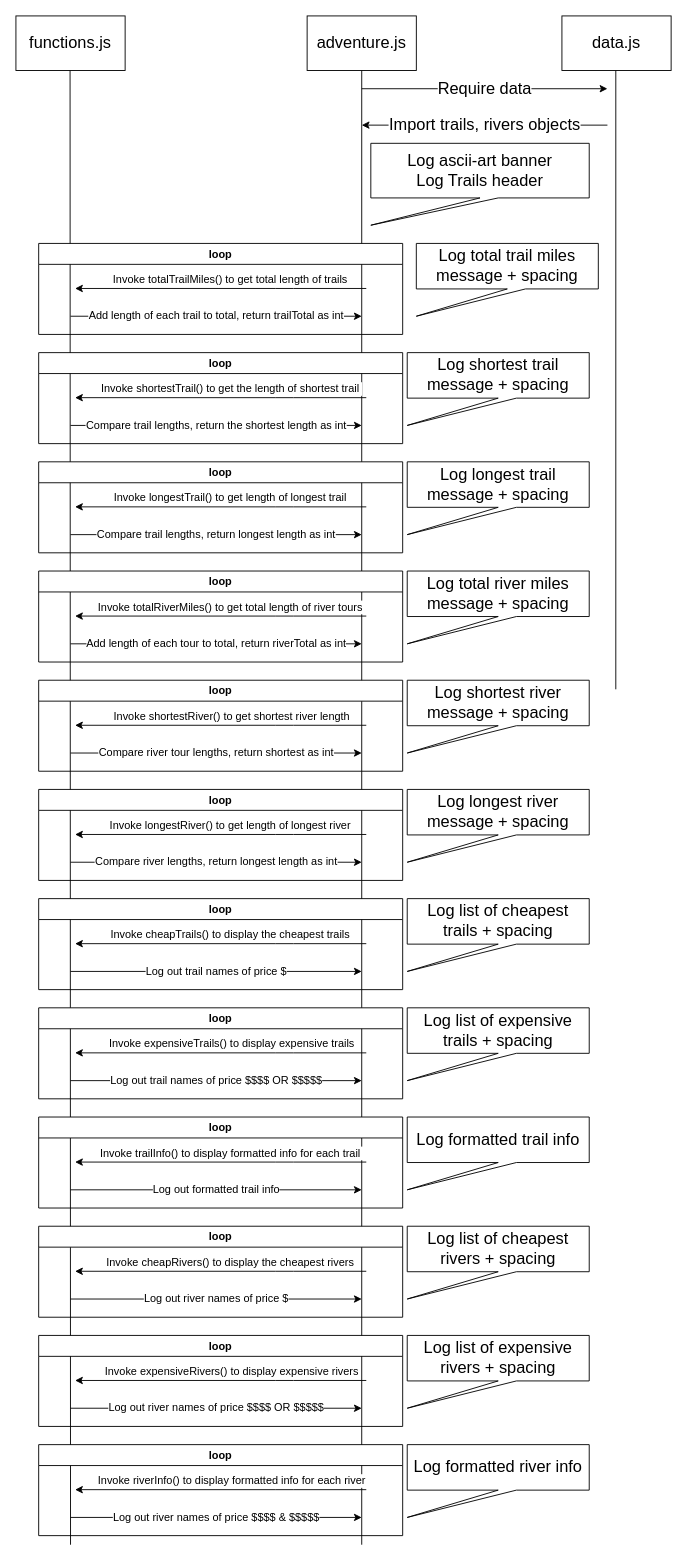
Before: diagram.drawio in reison-admin/bjorns-wilderness, a draw.io diagram. Source tidied: cells renumbered, new cells numbered last; positions are measured from the earlier drawing's top-left corner, leaving out a move shared by most shapes. Both pictures are drawn from the tidied source at 91%, with x=0, y=0 at pixel (15, 15).
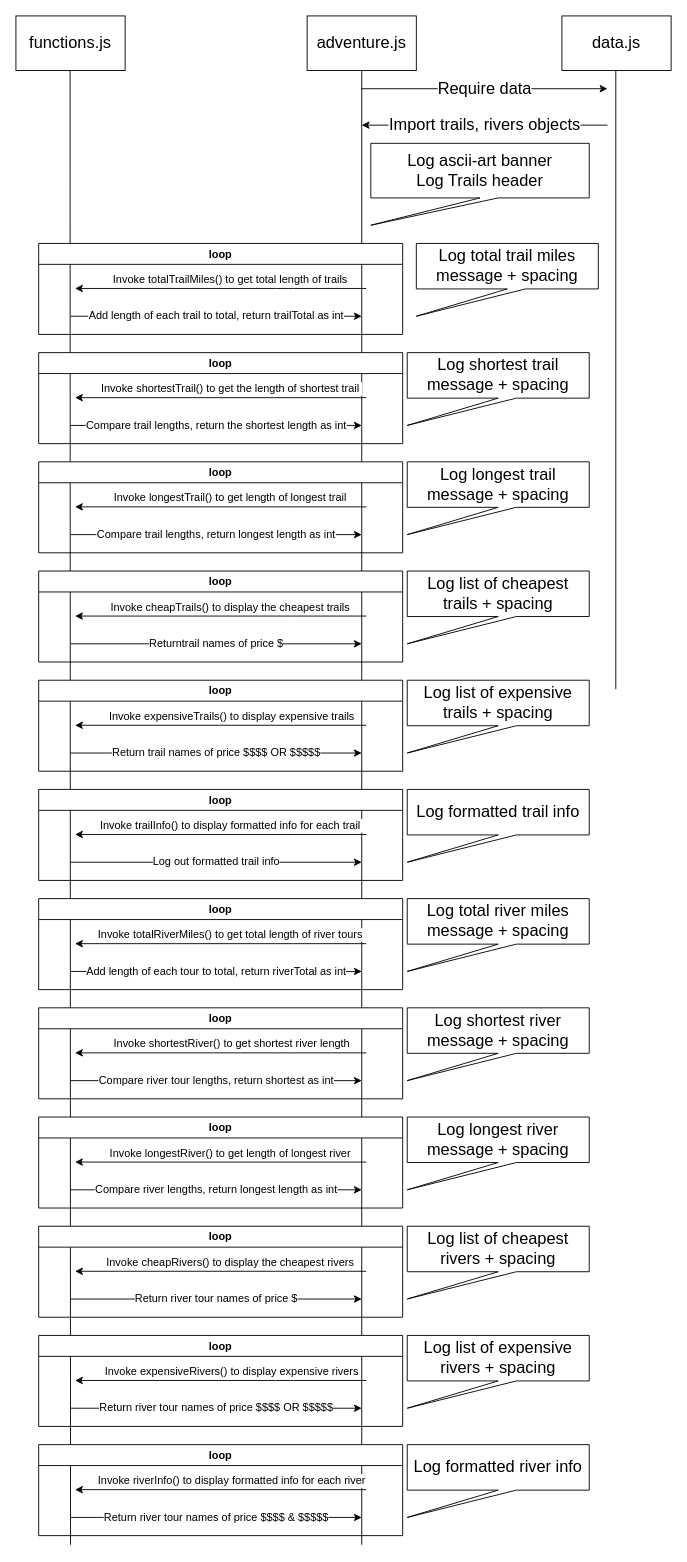
The same diagram, later.

What changed in the source:
```diff
@@
     <mxCell id="23" value="loop" style="swimlane;whiteSpace=wrap;html=1;fontSize=12;" parent="1" vertex="1">
-      <mxGeometry x="25" y="610" width="400" height="100" as="geometry" />
+      <mxGeometry x="25" y="970" width="400" height="100" as="geometry" />
     </mxCell>
@@
     <mxCell id="26" value="Add length of each tour to total, return riverTotal as int" style="endArrow=classic;html=1;fontSize=12;" parent="1" edge="1">
       <mxGeometry relative="1" as="geometry">
-        <mxPoint x="60" y="690" as="sourcePoint" />
-        <mxPoint x="380" y="690" as="targetPoint" />
+        <mxPoint x="60" y="1050" as="sourcePoint" />
+        <mxPoint x="380" y="1050" as="targetPoint" />
       </mxGeometry>
     </mxCell>
     <mxCell id="27" value="loop" style="swimlane;whiteSpace=wrap;html=1;fontSize=12;" parent="1" vertex="1">
-      <mxGeometry x="25" y="730" width="400" height="100" as="geometry" />
+      <mxGeometry x="25" y="1090" width="400" height="100" as="geometry" />
     </mxCell>
@@
     <mxCell id="30" value="Compare river tour lengths, return shortest as int" style="endArrow=classic;html=1;fontSize=12;" parent="1" edge="1">
       <mxGeometry relative="1" as="geometry">
-        <mxPoint x="60" y="810" as="sourcePoint" />
-        <mxPoint x="380" y="810" as="targetPoint" />
+        <mxPoint x="60" y="1170" as="sourcePoint" />
+        <mxPoint x="380" y="1170" as="targetPoint" />
       </mxGeometry>
     </mxCell>
     <mxCell id="31" value="loop" style="swimlane;whiteSpace=wrap;html=1;fontSize=12;" parent="1" vertex="1">
-      <mxGeometry x="25" y="850" width="400" height="100" as="geometry" />
+      <mxGeometry x="25" y="1210" width="400" height="100" as="geometry" />
     </mxCell>
@@
     <mxCell id="34" value="Compare river lengths, return longest length as int" style="endArrow=classic;html=1;fontSize=12;" parent="1" edge="1">
       <mxGeometry relative="1" as="geometry">
-        <mxPoint x="60" y="930" as="sourcePoint" />
-        <mxPoint x="380" y="930" as="targetPoint" />
+        <mxPoint x="60" y="1290" as="sourcePoint" />
+        <mxPoint x="380" y="1290" as="targetPoint" />
       </mxGeometry>
     </mxCell>
     <mxCell id="35" value="loop" style="swimlane;whiteSpace=wrap;html=1;fontSize=12;" parent="1" vertex="1">
-      <mxGeometry x="25" y="970" width="400" height="100" as="geometry" />
+      <mxGeometry x="25" y="610" width="400" height="100" as="geometry" />
     </mxCell>
@@
-    <mxCell id="38" value="Log out trail names of price $" style="endArrow=classic;html=1;fontSize=12;" parent="1" edge="1">
+    <mxCell id="38" value="Returntrail names of price $" style="endArrow=classic;html=1;fontSize=12;" parent="1" edge="1">
       <mxGeometry relative="1" as="geometry">
-        <mxPoint x="60" y="1050" as="sourcePoint" />
-        <mxPoint x="380" y="1050" as="targetPoint" />
+        <mxPoint x="60" y="690" as="sourcePoint" />
+        <mxPoint x="380" y="690" as="targetPoint" />
       </mxGeometry>
     </mxCell>
     <mxCell id="39" value="loop" style="swimlane;whiteSpace=wrap;html=1;fontSize=12;" parent="1" vertex="1">
-      <mxGeometry x="25" y="1090" width="400" height="100" as="geometry" />
+      <mxGeometry x="25" y="730" width="400" height="100" as="geometry" />
     </mxCell>
@@
-    <mxCell id="42" value="Log out trail names of price $$$$ OR $$$$$" style="endArrow=classic;html=1;fontSize=12;" parent="1" edge="1">
+    <mxCell id="42" value="Return trail names of price $$$$ OR $$$$$" style="endArrow=classic;html=1;fontSize=12;" parent="1" edge="1">
       <mxGeometry relative="1" as="geometry">
-        <mxPoint x="60" y="1170" as="sourcePoint" />
-        <mxPoint x="380" y="1170" as="targetPoint" />
+        <mxPoint x="60" y="810" as="sourcePoint" />
+        <mxPoint x="380" y="810" as="targetPoint" />
       </mxGeometry>
     </mxCell>
@@
-    <mxCell id="46" value="Log out river names of price $" style="endArrow=classic;html=1;fontSize=12;" parent="1" edge="1">
+    <mxCell id="46" value="Return river tour names of price $" style="endArrow=classic;html=1;fontSize=12;" parent="1" edge="1">
       <mxGeometry relative="1" as="geometry">
         <mxPoint x="60" y="1410" as="sourcePoint" />
         <mxPoint x="380" y="1410" as="targetPoint" />
       </mxGeometry>
     </mxCell>
@@
-    <mxCell id="50" value="Log out river names of price $$$$ OR $$$$$" style="endArrow=classic;html=1;fontSize=12;" parent="1" edge="1">
+    <mxCell id="50" value="Return river tour names of price $$$$ OR $$$$$" style="endArrow=classic;html=1;fontSize=12;" parent="1" edge="1">
       <mxGeometry relative="1" as="geometry">
         <mxPoint x="60" y="1530" as="sourcePoint" />
         <mxPoint x="380" y="1530" as="targetPoint" />
       </mxGeometry>
     </mxCell>
     <mxCell id="51" value="loop" style="swimlane;whiteSpace=wrap;html=1;fontSize=12;" parent="1" vertex="1">
-      <mxGeometry x="25" y="1210" width="400" height="100" as="geometry" />
+      <mxGeometry x="25" y="850" width="400" height="100" as="geometry" />
     </mxCell>
@@
     <mxCell id="54" value="Log out formatted trail info" style="endArrow=classic;html=1;fontSize=12;" parent="1" edge="1">
       <mxGeometry relative="1" as="geometry">
-        <mxPoint x="60" y="1290" as="sourcePoint" />
-        <mxPoint x="380" y="1290" as="targetPoint" />
+        <mxPoint x="60" y="930" as="sourcePoint" />
+        <mxPoint x="380" y="930" as="targetPoint" />
       </mxGeometry>
     </mxCell>
@@
-    <mxCell id="58" value="Log out river names of price $$$$ &amp;amp; $$$$$" style="endArrow=classic;html=1;fontSize=12;" parent="1" edge="1">
+    <mxCell id="58" value="Return river tour names of price $$$$ &amp;amp; $$$$$" style="endArrow=classic;html=1;fontSize=12;" parent="1" edge="1">
       <mxGeometry relative="1" as="geometry">
         <mxPoint x="60" y="1650" as="sourcePoint" />
         <mxPoint x="380" y="1650" as="targetPoint" />
       </mxGeometry>
     </mxCell>
@@
     <mxCell id="62" value="&lt;font style=&quot;font-size: 18px;&quot;&gt;Log total river miles message + spacing&lt;/font&gt;" style="shape=callout;whiteSpace=wrap;html=1;perimeter=calloutPerimeter;fontSize=12;position2=0;" parent="1" vertex="1">
-      <mxGeometry x="430" y="610" width="200" height="80" as="geometry" />
+      <mxGeometry x="430" y="970" width="200" height="80" as="geometry" />
     </mxCell>
     <mxCell id="63" value="&lt;font style=&quot;font-size: 18px;&quot;&gt;Log shortest river message + spacing&lt;/font&gt;" style="shape=callout;whiteSpace=wrap;html=1;perimeter=calloutPerimeter;fontSize=12;position2=0;" parent="1" vertex="1">
-      <mxGeometry x="430" y="730" width="200" height="80" as="geometry" />
+      <mxGeometry x="430" y="1090" width="200" height="80" as="geometry" />
     </mxCell>
     <mxCell id="64" value="&lt;font style=&quot;font-size: 18px;&quot;&gt;Log longest river message + spacing&lt;/font&gt;" style="shape=callout;whiteSpace=wrap;html=1;perimeter=calloutPerimeter;fontSize=12;position2=0;" parent="1" vertex="1">
-      <mxGeometry x="430" y="850" width="200" height="80" as="geometry" />
+      <mxGeometry x="430" y="1210" width="200" height="80" as="geometry" />
     </mxCell>
     <mxCell id="65" value="&lt;font style=&quot;font-size: 18px;&quot;&gt;Log list of cheapest trails + spacing&lt;/font&gt;" style="shape=callout;whiteSpace=wrap;html=1;perimeter=calloutPerimeter;fontSize=12;position2=0;" parent="1" vertex="1">
-      <mxGeometry x="430" y="970" width="200" height="80" as="geometry" />
+      <mxGeometry x="430" y="610" width="200" height="80" as="geometry" />
     </mxCell>
     <mxCell id="66" value="&lt;font style=&quot;font-size: 18px;&quot;&gt;Log list of expensive trails + spacing&lt;/font&gt;" style="shape=callout;whiteSpace=wrap;html=1;perimeter=calloutPerimeter;fontSize=12;position2=0;" parent="1" vertex="1">
-      <mxGeometry x="430" y="1090" width="200" height="80" as="geometry" />
+      <mxGeometry x="430" y="730" width="200" height="80" as="geometry" />
     </mxCell>
@@
     <mxCell id="69" value="&lt;font style=&quot;font-size: 18px;&quot;&gt;Log formatted trail info&lt;/font&gt;" style="shape=callout;whiteSpace=wrap;html=1;perimeter=calloutPerimeter;fontSize=12;position2=0;" parent="1" vertex="1">
-      <mxGeometry x="430" y="1210" width="200" height="80" as="geometry" />
+      <mxGeometry x="430" y="850" width="200" height="80" as="geometry" />
     </mxCell>
```
